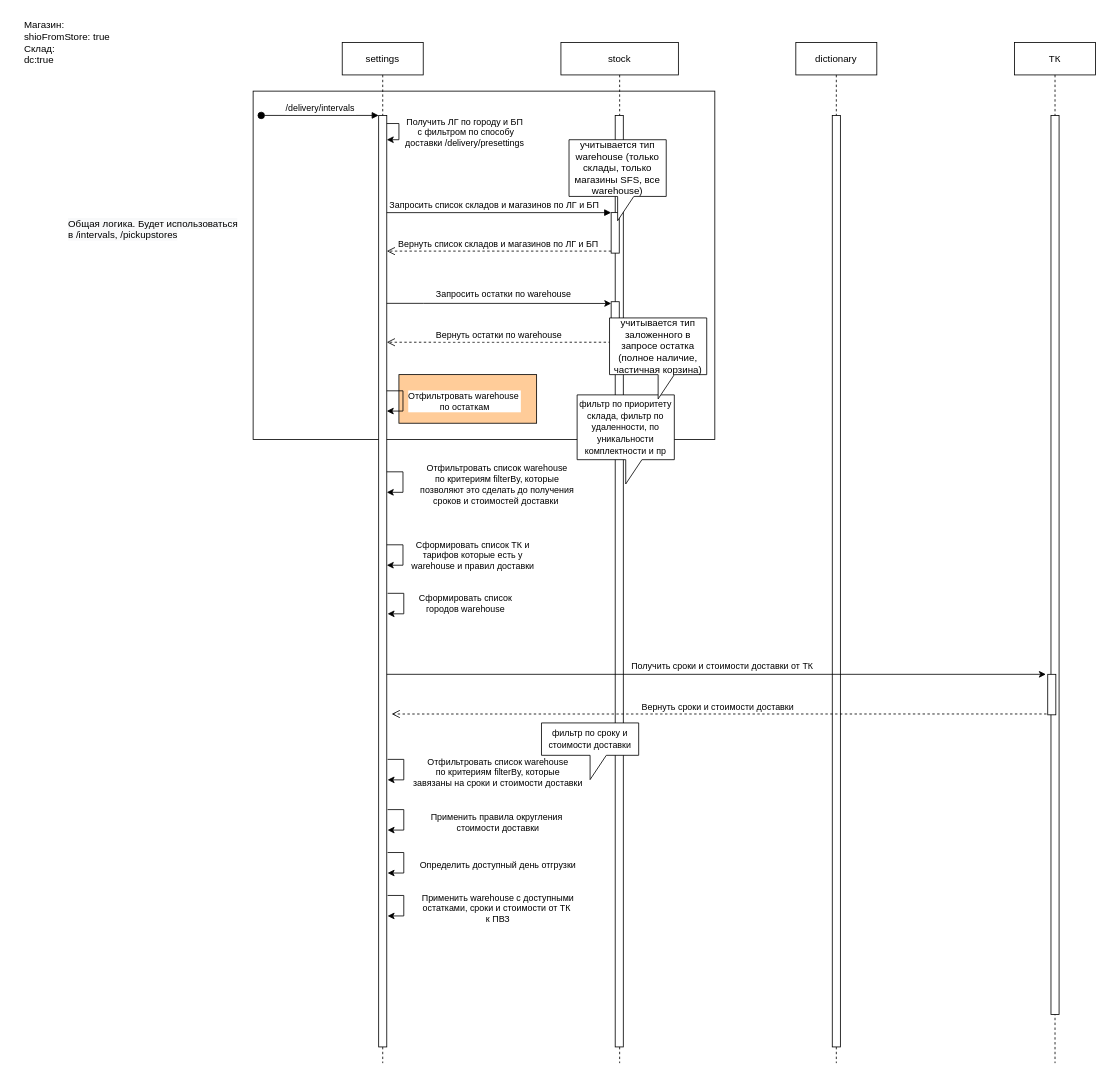
yanelena/diagrams keeps this draw.io diagram as page "intervals_ПК" (4 of 5) of education.drawio. Above is the earlier version. Source tidied: cells renumbered, new cells numbered last; positions are measured from the earlier drawing's top-left corner, leaving out a move shared by most shapes. Both pictures are drawn from the tidied source at 81%, with x=0, y=0 at pixel (14, 14).
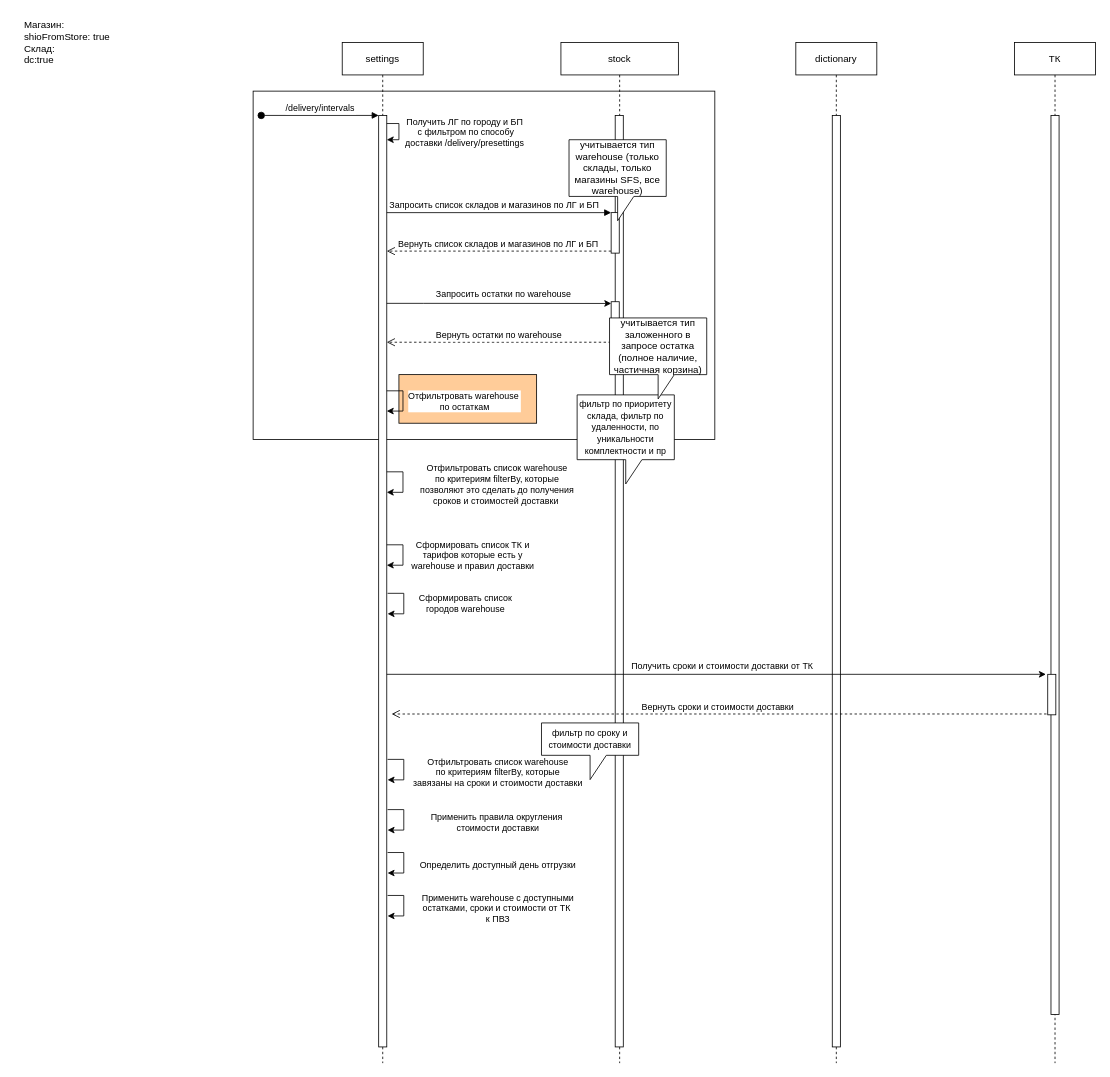
The same diagram, later.

Change to the diagram source:
```diff
@@
-    <mxCell id="18" value="&lt;span style=&quot;color: rgb(0, 0, 0); font-family: Helvetica; font-size: 12px; font-style: normal; font-variant-ligatures: normal; font-variant-caps: normal; font-weight: 400; letter-spacing: normal; orphans: 2; text-align: center; text-indent: 0px; text-transform: none; widows: 2; word-spacing: 0px; -webkit-text-stroke-width: 0px; background-color: rgb(248, 249, 250); text-decoration-thickness: initial; text-decoration-style: initial; text-decoration-color: initial; float: none; display: inline !important;&quot;&gt;Общая логика. Будет использоваться&lt;/span&gt;&lt;br style=&quot;color: rgb(0, 0, 0); font-family: Helvetica; font-size: 12px; font-style: normal; font-variant-ligatures: normal; font-variant-caps: normal; font-weight: 400; letter-spacing: normal; orphans: 2; text-align: center; text-indent: 0px; text-transform: none; widows: 2; word-spacing: 0px; -webkit-text-stroke-width: 0px; background-color: rgb(248, 249, 250); text-decoration-thickness: initial; text-decoration-style: initial; text-decoration-color: initial;&quot;&gt;&lt;span style=&quot;color: rgb(0, 0, 0); font-family: Helvetica; font-size: 12px; font-style: normal; font-variant-ligatures: normal; font-variant-caps: normal; font-weight: 400; letter-spacing: normal; orphans: 2; text-align: center; text-indent: 0px; text-transform: none; widows: 2; word-spacing: 0px; -webkit-text-stroke-width: 0px; background-color: rgb(248, 249, 250); text-decoration-thickness: initial; text-decoration-style: initial; text-decoration-color: initial; float: none; display: inline !important;&quot;&gt;в /intervals, /pickupstores&lt;/span&gt;" style="text;whiteSpace=wrap;html=1;" parent="1" vertex="1">
-      <mxGeometry x="65" y="245" width="250" height="50" as="geometry" />
-    </mxCell>
```
